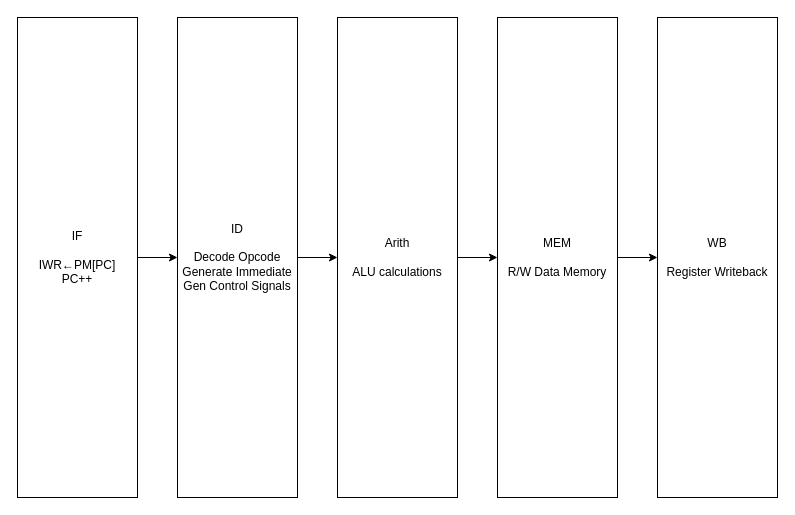
Earlier version of the draw.io diagram page "RISC-V Pipelined Stage Definition" (3 of 3) of Design_Docs/RISC-V_Schematics.drawio (sfm3112/sfm_RISC-V). Source tidied: cells renumbered, new cells numbered last; positions are measured from the earlier drawing's top-left corner, leaving out a move shared by most shapes. Both pictures are drawn from the tidied source at 100%, with x=0, y=0 at pixel (17, 17).
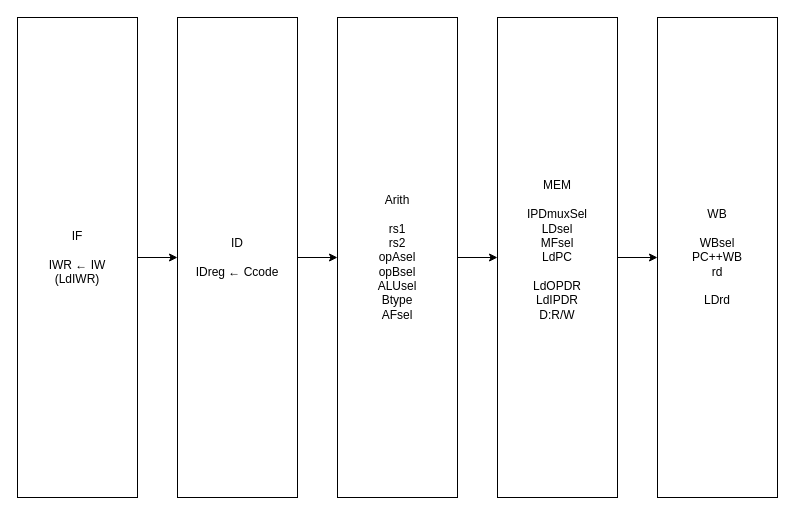
Above is the later version.

Commit message (it also covers changes not shown here):
Pivot to Pipeline Ccode outlined

Diff of the diagram source:
```diff
@@
 <mxGraphModel>
   <root>
     <mxCell id="0" />
     <mxCell id="1" parent="0" />
-    <mxCell id="2" value="IF&lt;div&gt;&lt;br&gt;&lt;/div&gt;&lt;div&gt;IWR←PM[PC]&lt;/div&gt;&lt;div&gt;PC++&lt;/div&gt;" style="rounded=0;whiteSpace=wrap;html=1;fillColor=none;" parent="1" vertex="1">
+    <mxCell id="2" value="IF&lt;div&gt;&lt;br&gt;&lt;/div&gt;&lt;div&gt;IWR&amp;nbsp;&lt;span style=&quot;background-color: transparent; color: light-dark(rgb(0, 0, 0), rgb(255, 255, 255));&quot;&gt;← IW&lt;/span&gt;&lt;/div&gt;&lt;div&gt;&lt;span style=&quot;background-color: transparent; color: light-dark(rgb(0, 0, 0), rgb(255, 255, 255));&quot;&gt;(LdIWR)&lt;/span&gt;&lt;/div&gt;" style="rounded=0;whiteSpace=wrap;html=1;fillColor=none;" parent="1" vertex="1">
       <mxGeometry width="120" height="480" as="geometry" />
     </mxCell>
-    <mxCell id="3" value="ID&lt;div&gt;&lt;br&gt;&lt;/div&gt;&lt;div&gt;Decode Opcode&lt;/div&gt;&lt;div&gt;Generate Immediate&lt;/div&gt;&lt;div&gt;Gen Control Signals&lt;/div&gt;" style="rounded=0;whiteSpace=wrap;html=1;fillColor=none;" parent="1" vertex="1">
+    <mxCell id="3" value="ID&lt;div&gt;&lt;br&gt;&lt;/div&gt;&lt;div&gt;IDreg&amp;nbsp;&lt;span style=&quot;background-color: transparent; color: light-dark(rgb(0, 0, 0), rgb(255, 255, 255));&quot;&gt;← Ccode&lt;/span&gt;&lt;/div&gt;" style="rounded=0;whiteSpace=wrap;html=1;fillColor=none;" parent="1" vertex="1">
       <mxGeometry x="160" width="120" height="480" as="geometry" />
     </mxCell>
-    <mxCell id="4" value="Arith&lt;div&gt;&lt;br&gt;&lt;/div&gt;&lt;div&gt;ALU calculations&lt;/div&gt;" style="rounded=0;whiteSpace=wrap;html=1;fillColor=none;" parent="1" vertex="1">
+    <mxCell id="4" value="Arith&lt;div&gt;&lt;br&gt;&lt;/div&gt;&lt;div&gt;rs1&lt;/div&gt;&lt;div&gt;rs2&lt;/div&gt;&lt;div&gt;opAsel&lt;/div&gt;&lt;div&gt;opBsel&lt;/div&gt;&lt;div&gt;ALUsel&lt;/div&gt;&lt;div&gt;Btype&lt;/div&gt;&lt;div&gt;AFsel&lt;/div&gt;" style="rounded=0;whiteSpace=wrap;html=1;fillColor=none;" parent="1" vertex="1">
       <mxGeometry x="320" width="120" height="480" as="geometry" />
     </mxCell>
-    <mxCell id="5" value="MEM&lt;div&gt;&lt;br&gt;&lt;/div&gt;&lt;div&gt;R/W Data Memory&lt;/div&gt;" style="rounded=0;whiteSpace=wrap;html=1;fillColor=none;" parent="1" vertex="1">
+    <mxCell id="5" value="MEM&lt;div&gt;&lt;br&gt;&lt;/div&gt;&lt;div&gt;&lt;div&gt;IPDmuxSel&lt;/div&gt;&lt;div&gt;LDsel&lt;/div&gt;&lt;/div&gt;&lt;div&gt;MFsel&lt;/div&gt;&lt;div&gt;LdPC&lt;/div&gt;&lt;div&gt;&lt;br&gt;&lt;/div&gt;&lt;div&gt;&lt;div&gt;LdOPDR&lt;/div&gt;&lt;div&gt;LdIPDR&lt;/div&gt;&lt;/div&gt;&lt;div&gt;D:R/W&lt;/div&gt;&lt;div&gt;&lt;br&gt;&lt;/div&gt;" style="rounded=0;whiteSpace=wrap;html=1;fillColor=none;" parent="1" vertex="1">
       <mxGeometry x="480" width="120" height="480" as="geometry" />
     </mxCell>
-    <mxCell id="6" value="WB&lt;div&gt;&lt;br&gt;&lt;/div&gt;&lt;div&gt;Register Writeback&lt;/div&gt;" style="rounded=0;whiteSpace=wrap;html=1;fillColor=none;" parent="1" vertex="1">
+    <mxCell id="6" value="WB&lt;div&gt;&lt;br&gt;&lt;/div&gt;&lt;div&gt;WBsel&lt;/div&gt;&lt;div&gt;PC++WB&lt;/div&gt;&lt;div&gt;rd&lt;/div&gt;&lt;div&gt;&lt;br&gt;&lt;/div&gt;&lt;div&gt;LDrd&lt;/div&gt;" style="rounded=0;whiteSpace=wrap;html=1;fillColor=none;" parent="1" vertex="1">
       <mxGeometry x="640" width="120" height="480" as="geometry" />
     </mxCell>
     <mxCell id="7" style="endArrow=classic;html=1;rounded=0;entryX=0;entryY=0.5;entryDx=0;entryDy=0;exitX=1;exitY=0.5;exitDx=0;exitDy=0;" parent="1" edge="1" source="2" target="3">
       <mxGeometry relative="1" as="geometry" />
     </mxCell>
     <mxCell id="8" style="endArrow=classic;html=1;rounded=0;entryX=0;entryY=0.5;entryDx=0;entryDy=0;exitX=1;exitY=0.5;exitDx=0;exitDy=0;" parent="1" edge="1">
       <mxGeometry relative="1" as="geometry">
         <mxPoint x="280" y="240" as="sourcePoint" />
         <mxPoint x="320" y="240" as="targetPoint" />
       </mxGeometry>
     </mxCell>
     <mxCell id="9" style="endArrow=classic;html=1;rounded=0;entryX=0;entryY=0.5;entryDx=0;entryDy=0;exitX=1;exitY=0.5;exitDx=0;exitDy=0;" parent="1" edge="1">
       <mxGeometry relative="1" as="geometry">
         <mxPoint x="440" y="240" as="sourcePoint" />
         <mxPoint x="480" y="240" as="targetPoint" />
       </mxGeometry>
     </mxCell>
     <mxCell id="10" style="endArrow=classic;html=1;rounded=0;entryX=0;entryY=0.5;entryDx=0;entryDy=0;exitX=1;exitY=0.5;exitDx=0;exitDy=0;" parent="1" edge="1">
       <mxGeometry relative="1" as="geometry">
         <mxPoint x="600" y="240" as="sourcePoint" />
         <mxPoint x="640" y="240" as="targetPoint" />
       </mxGeometry>
     </mxCell>
   </root>
 </mxGraphModel>
```
